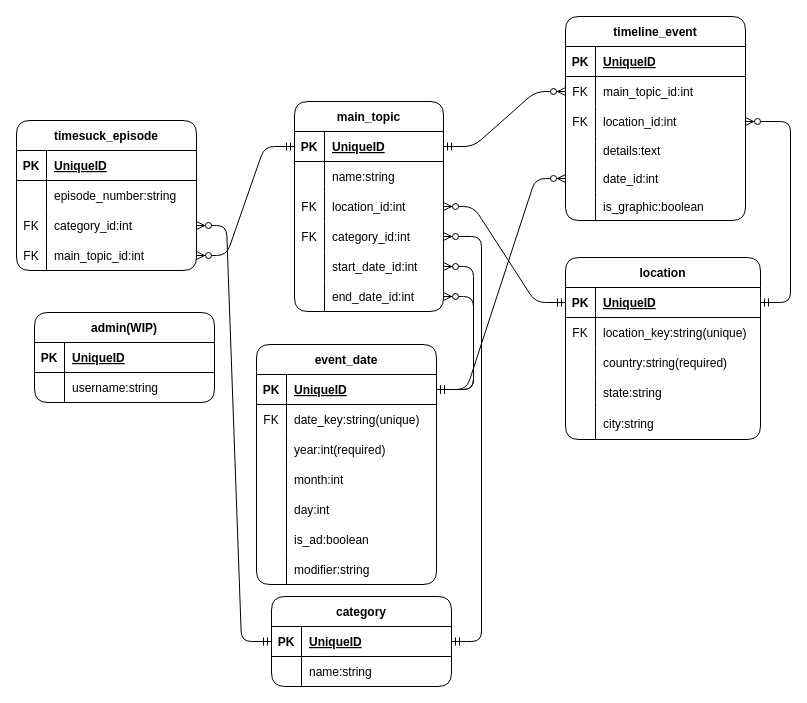
The draw.io diagram backend_project_erd.dio in SilverJ1369/backend-project-api, before the edit. Source tidied: cells renumbered, new cells numbered last; positions are measured from the earlier drawing's top-left corner, leaving out a move shared by most shapes. Both pictures are drawn from the tidied source at 100%, with x=0, y=0 at pixel (16, 16).
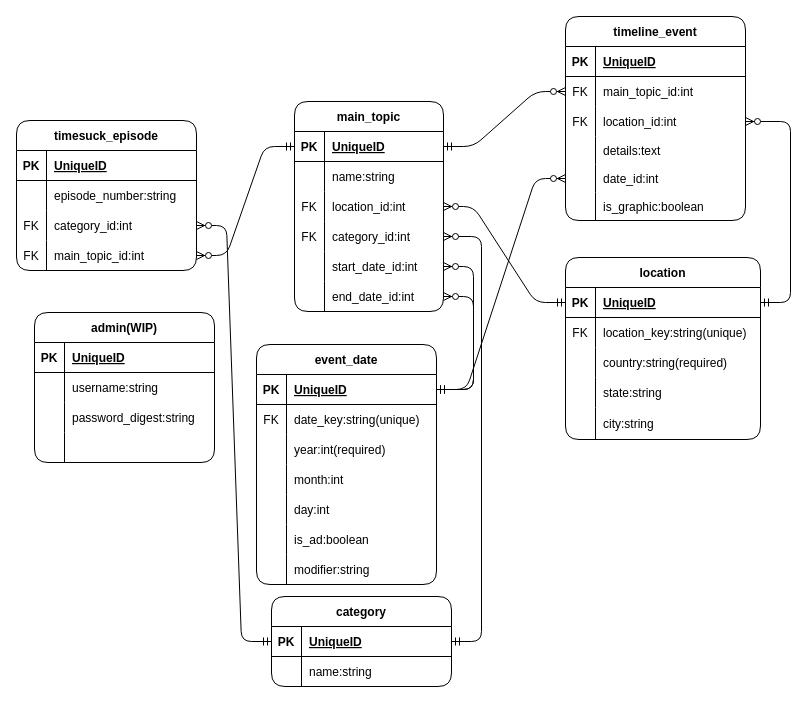
The same diagram, later.

What changed in the source:
```diff
@@
     <mxCell id="72" value="admin(WIP)" style="shape=table;startSize=30;childLayout=tableLayout;rowLines=0;fontStyle=1;align=center;rounded=1;" parent="1" vertex="1">
-      <mxGeometry x="18" y="296" width="180" height="90" as="geometry" />
+      <mxGeometry x="18" y="296" width="180" height="150" as="geometry" />
     </mxCell>
@@
+    <mxCell id="114" style="shape=tableRow;horizontal=0;startSize=0;swimlaneHead=0;swimlaneBody=0;fillColor=none;top=0;left=0;right=0;bottom=0;rounded=1;" parent="72" vertex="1">
+      <mxGeometry y="90" width="180" height="30" as="geometry" />
+    </mxCell>
+    <mxCell id="115" style="shape=partialRectangle;fillColor=none;top=0;left=0;bottom=0;right=0;overflow=hidden;rounded=1;" parent="114" vertex="1">
+      <mxGeometry width="30" height="30" as="geometry" />
+    </mxCell>
+    <mxCell id="116" value="password_digest:string" style="shape=partialRectangle;fillColor=none;top=0;left=0;bottom=0;right=0;align=left;spacingLeft=6;overflow=hidden;rounded=1;" parent="114" vertex="1">
+      <mxGeometry x="30" width="150" height="30" as="geometry" />
+    </mxCell>
+    <mxCell id="117" style="shape=tableRow;horizontal=0;startSize=0;swimlaneHead=0;swimlaneBody=0;fillColor=none;top=0;left=0;right=0;bottom=0;rounded=1;" parent="72" vertex="1">
+      <mxGeometry y="120" width="180" height="30" as="geometry" />
+    </mxCell>
+    <mxCell id="118" style="shape=partialRectangle;fillColor=none;top=0;left=0;bottom=0;right=0;overflow=hidden;rounded=1;" parent="117" vertex="1">
+      <mxGeometry width="30" height="30" as="geometry" />
+    </mxCell>
+    <mxCell id="119" style="shape=partialRectangle;fillColor=none;top=0;left=0;bottom=0;right=0;align=left;spacingLeft=6;overflow=hidden;rounded=1;" parent="117" vertex="1">
+      <mxGeometry x="30" width="150" height="30" as="geometry" />
+    </mxCell>
```
